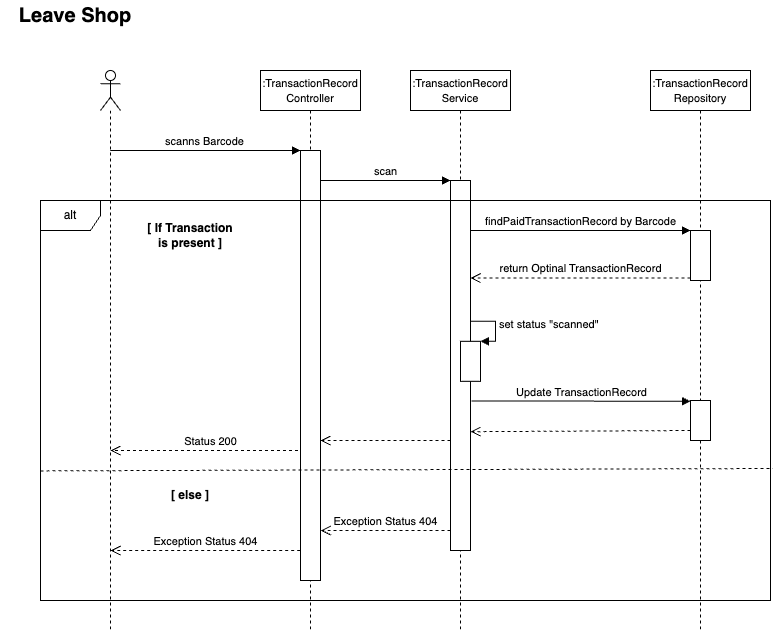
SE-2-Wuhler/cash-register-system keeps this draw.io diagram as diagrams/scanReceiptBarcode.drawio.png. Above is the earlier version. Source tidied: cells renumbered, new cells last; positions are measured from the earlier drawing's top-left corner, leaving out a move shared by most shapes. Its diagram source:
```xml
<mxGraphModel>
  <root>
    <mxCell id="0" />
    <mxCell id="1" parent="0" />
    <mxCell id="2" value="&lt;font style=&quot;font-size: 11px;&quot;&gt;:TransactionRecord&lt;br&gt;Service&lt;/font&gt;" style="shape=umlLifeline;perimeter=lifelinePerimeter;whiteSpace=wrap;html=1;" parent="1" vertex="1">
      <mxGeometry x="410" y="70" width="100" height="560" as="geometry" />
    </mxCell>
    <mxCell id="3" value="set status &quot;scanned&quot;" style="edgeStyle=orthogonalEdgeStyle;html=1;align=left;spacingLeft=2;endArrow=block;rounded=0;entryX=1;entryY=0;" parent="2" edge="1" target="5">
      <mxGeometry x="0.01" relative="1" as="geometry">
        <mxPoint x="55" y="250.8" as="sourcePoint" />
        <Array as="points">
          <mxPoint x="85" y="250.8" />
        </Array>
      </mxGeometry>
    </mxCell>
    <mxCell id="4" style="html=1;points=[];perimeter=orthogonalPerimeter;" parent="2" vertex="1">
      <mxGeometry x="40" y="110" width="20" height="370" as="geometry" />
    </mxCell>
    <mxCell id="5" style="html=1;points=[];perimeter=orthogonalPerimeter;" parent="2" vertex="1">
      <mxGeometry x="50" y="270.8" width="20" height="40" as="geometry" />
    </mxCell>
    <mxCell id="6" value="&lt;font style=&quot;font-size: 11px;&quot;&gt;:TransactionRecord&lt;br&gt;Repository&lt;/font&gt;" style="shape=umlLifeline;perimeter=lifelinePerimeter;whiteSpace=wrap;html=1;" parent="1" vertex="1">
      <mxGeometry x="650" y="70" width="100" height="560" as="geometry" />
    </mxCell>
    <mxCell id="7" style="html=1;points=[];perimeter=orthogonalPerimeter;" parent="6" vertex="1">
      <mxGeometry x="40" y="160" width="20" height="50" as="geometry" />
    </mxCell>
    <mxCell id="8" style="html=1;perimeter=orthogonalPerimeter;" parent="6" vertex="1">
      <mxGeometry x="40" y="330" width="20" height="40" as="geometry" />
    </mxCell>
    <mxCell id="9" value="&lt;font style=&quot;font-size: 11px;&quot;&gt;:TransactionRecord&lt;br&gt;Controller&lt;/font&gt;" style="shape=umlLifeline;perimeter=lifelinePerimeter;whiteSpace=wrap;html=1;outlineConnect=0;" parent="1" vertex="1">
      <mxGeometry x="260" y="70" width="100" height="560" as="geometry" />
    </mxCell>
    <mxCell id="10" value="Status 200" style="html=1;verticalAlign=bottom;endArrow=open;dashed=1;endSize=8;" parent="9" edge="1" source="9">
      <mxGeometry relative="1" as="geometry">
        <mxPoint x="-150" y="380" as="targetPoint" />
        <Array as="points">
          <mxPoint x="-30" y="380" />
        </Array>
      </mxGeometry>
    </mxCell>
    <mxCell id="11" style="html=1;points=[];perimeter=orthogonalPerimeter;" parent="9" vertex="1">
      <mxGeometry x="40" y="80" width="20" height="430" as="geometry" />
    </mxCell>
    <mxCell id="12" style="shape=umlLifeline;participant=umlActor;perimeter=lifelinePerimeter;whiteSpace=wrap;html=1;verticalAlign=top;spacingTop=36;outlineConnect=0;" parent="1" vertex="1">
      <mxGeometry x="100" y="70" width="20" height="560" as="geometry" />
    </mxCell>
    <mxCell id="13" value="scanns Barcode" style="html=1;verticalAlign=bottom;endArrow=block;entryX=0;entryY=0;" parent="1" edge="1" source="12" target="11">
      <mxGeometry relative="1" as="geometry" />
    </mxCell>
    <mxCell id="14" value="Update TransactionRecord" style="html=1;verticalAlign=bottom;endArrow=block;entryX=0;entryY=0;exitX=1.05;exitY=0.474;exitDx=0;exitDy=0;exitPerimeter=0;" parent="1" edge="1">
      <mxGeometry relative="1" as="geometry">
        <mxPoint x="471" y="400.4" as="sourcePoint" />
        <mxPoint x="690" y="400.8" as="targetPoint" />
      </mxGeometry>
    </mxCell>
    <mxCell id="15" style="html=1;verticalAlign=bottom;endArrow=open;dashed=1;endSize=8;exitX=0;exitY=0.95;" parent="1" edge="1">
      <mxGeometry relative="1" as="geometry">
        <mxPoint x="690" y="430" as="sourcePoint" />
        <mxPoint x="470" y="431.2" as="targetPoint" />
      </mxGeometry>
    </mxCell>
    <mxCell id="16" value="return Optinal TransactionRecord" style="html=1;verticalAlign=bottom;endArrow=open;dashed=1;endSize=8;exitX=0;exitY=0.95;" parent="1" edge="1" source="7" target="4">
      <mxGeometry relative="1" as="geometry" />
    </mxCell>
    <mxCell id="17" value="findPaidTransactionRecord by Barcode" style="html=1;verticalAlign=bottom;endArrow=block;entryX=0;entryY=0;" parent="1" edge="1" source="4" target="7">
      <mxGeometry relative="1" as="geometry" />
    </mxCell>
    <mxCell id="18" value="scan" style="html=1;verticalAlign=bottom;endArrow=block;entryX=0;entryY=0;" parent="1" edge="1" source="11" target="4">
      <mxGeometry relative="1" as="geometry" />
    </mxCell>
    <mxCell id="19" style="html=1;verticalAlign=bottom;endArrow=open;dashed=1;endSize=8;" parent="1" edge="1">
      <mxGeometry relative="1" as="geometry">
        <mxPoint x="450" y="440" as="sourcePoint" />
        <mxPoint x="320" y="440" as="targetPoint" />
      </mxGeometry>
    </mxCell>
    <mxCell id="20" value="&lt;b style=&quot;&quot;&gt;[ If Transaction is present ]&lt;/b&gt;" style="text;html=1;strokeColor=none;fillColor=none;align=center;verticalAlign=middle;whiteSpace=wrap;rounded=0;" parent="1" vertex="1">
      <mxGeometry x="140" y="220" width="100" height="30" as="geometry" />
    </mxCell>
    <mxCell id="21" value="&lt;b style=&quot;&quot;&gt;[ else ]&lt;/b&gt;" style="text;html=1;strokeColor=none;fillColor=none;align=center;verticalAlign=middle;whiteSpace=wrap;rounded=0;" parent="1" vertex="1">
      <mxGeometry x="140" y="480" width="100" height="30" as="geometry" />
    </mxCell>
    <mxCell id="22" value="Exception Status 404" style="html=1;verticalAlign=bottom;endArrow=open;dashed=1;endSize=8;entryX=0.384;entryY=0.825;entryDx=0;entryDy=0;entryPerimeter=0;" parent="1" edge="1" target="26">
      <mxGeometry relative="1" as="geometry">
        <mxPoint x="450" y="530" as="sourcePoint" />
      </mxGeometry>
    </mxCell>
    <mxCell id="23" value="Exception Status 404" style="html=1;verticalAlign=bottom;endArrow=open;dashed=1;endSize=8;entryX=0.096;entryY=0.875;entryDx=0;entryDy=0;entryPerimeter=0;" parent="1" edge="1" target="26">
      <mxGeometry relative="1" as="geometry">
        <mxPoint x="299.7" y="550" as="sourcePoint" />
      </mxGeometry>
    </mxCell>
    <mxCell id="24" style="endArrow=none;dashed=1;html=1;exitX=0;exitY=0.676;exitDx=0;exitDy=0;exitPerimeter=0;entryX=1.003;entryY=0.67;entryDx=0;entryDy=0;entryPerimeter=0;" parent="1" edge="1" source="26" target="26">
      <mxGeometry relative="1" as="geometry" />
    </mxCell>
    <mxCell id="25" value="&lt;font style=&quot;font-size: 20px;&quot;&gt;&lt;b&gt;Leave Shop&lt;/b&gt;&lt;/font&gt;" style="text;html=1;strokeColor=none;fillColor=none;align=center;verticalAlign=middle;whiteSpace=wrap;rounded=0;" parent="1" vertex="1">
      <mxGeometry width="150" height="30" as="geometry" />
    </mxCell>
    <mxCell id="26" value="alt" style="shape=umlFrame;whiteSpace=wrap;html=1;" parent="1" vertex="1">
      <mxGeometry x="40" y="200" width="730" height="400" as="geometry" />
    </mxCell>
  </root>
</mxGraphModel>
```
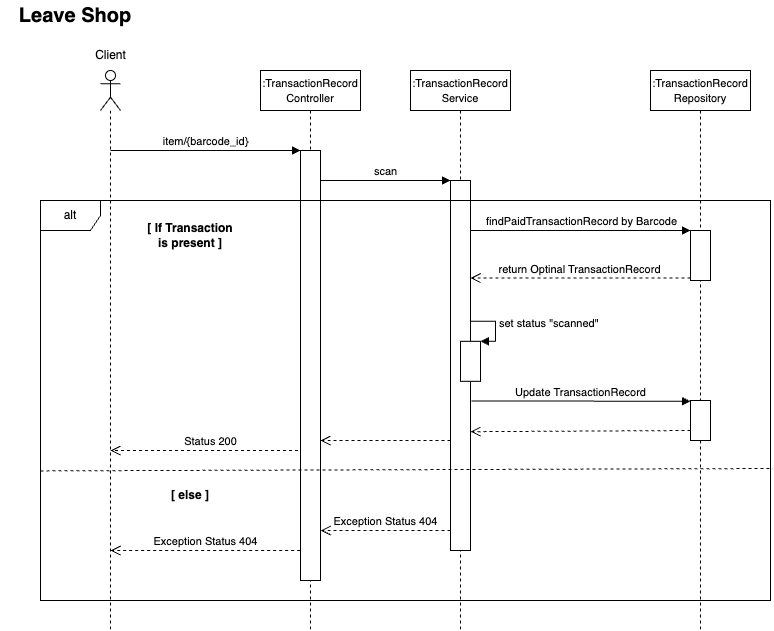
Above is the later version.

The edit, as a diff of the source:
```diff
@@ -45,7 +45,7 @@
     <mxCell id="12" style="shape=umlLifeline;participant=umlActor;perimeter=lifelinePerimeter;whiteSpace=wrap;html=1;verticalAlign=top;spacingTop=36;outlineConnect=0;" parent="1" vertex="1">
       <mxGeometry x="100" y="70" width="20" height="560" as="geometry" />
     </mxCell>
-    <mxCell id="13" value="scanns Barcode" style="html=1;verticalAlign=bottom;endArrow=block;entryX=0;entryY=0;" parent="1" edge="1" source="12" target="11">
+    <mxCell id="13" value="item/{barcode_id}" style="html=1;verticalAlign=bottom;endArrow=block;entryX=0;entryY=0;" parent="1" edge="1" source="12" target="11">
       <mxGeometry relative="1" as="geometry" />
     </mxCell>
     <mxCell id="14" value="Update TransactionRecord" style="html=1;verticalAlign=bottom;endArrow=block;entryX=0;entryY=0;exitX=1.05;exitY=0.474;exitDx=0;exitDy=0;exitPerimeter=0;" parent="1" edge="1">
@@ -100,5 +100,8 @@
     <mxCell id="26" value="alt" style="shape=umlFrame;whiteSpace=wrap;html=1;" parent="1" vertex="1">
       <mxGeometry x="40" y="200" width="730" height="400" as="geometry" />
     </mxCell>
+    <mxCell id="27" value="Client" style="text;html=1;align=center;verticalAlign=middle;strokeColor=none;fillColor=none;" parent="1" vertex="1">
+      <mxGeometry x="85" y="40" width="50" height="30" as="geometry" />
+    </mxCell>
   </root>
 </mxGraphModel>
```
